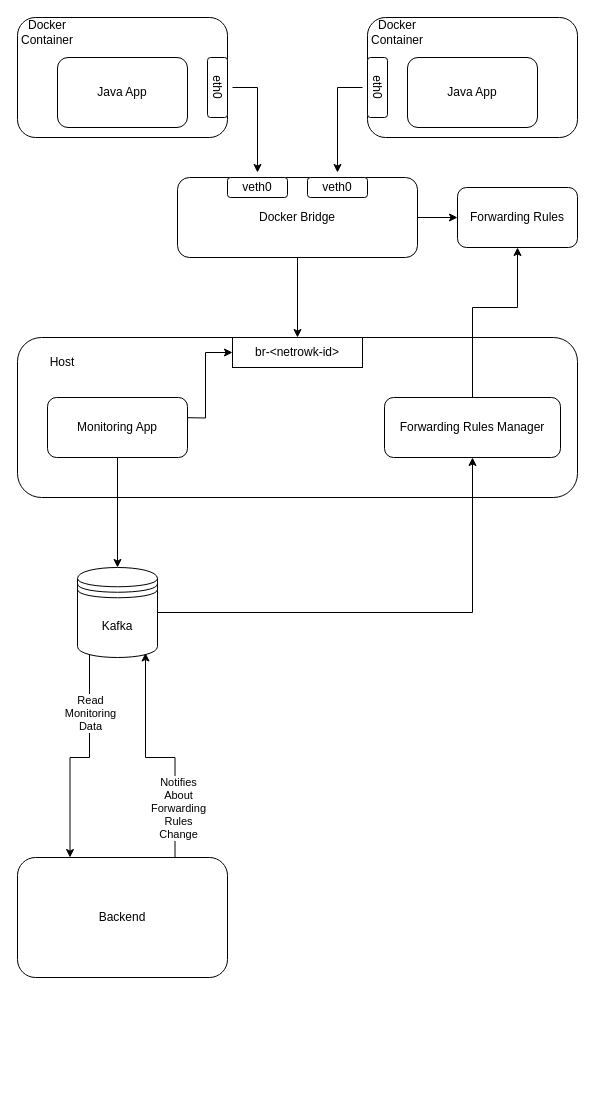
The draw.io diagram analysis/Untitled Diagram.drawio in vladtf/containerization-tool, before the edit. Source tidied: cells renumbered, new cells numbered last; positions are measured from the earlier drawing's top-left corner, leaving out a move shared by most shapes. Both pictures are drawn from the tidied source at 100%, with x=0, y=0 at pixel (17, 17).
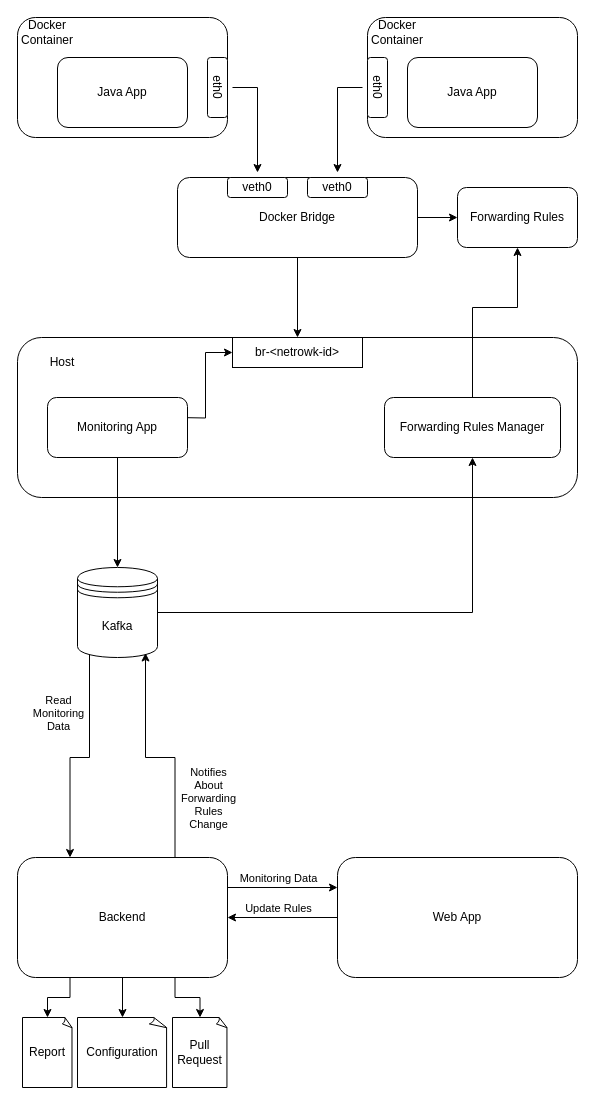
The same diagram, later.

Commit message:
finish design

Unchanged cells that the change refers to:
```xml
<mxCell id="29" style="edgeStyle=orthogonalEdgeStyle;rounded=0;jettySize=auto;html=1;exitX=0.15;exitY=0.95;exitDx=0;exitDy=0;exitPerimeter=0;entryX=0.25;entryY=0;entryDx=0;entryDy=0;" parent="1" edge="1" source="31" target="36">
  <mxGeometry relative="1" as="geometry" />
</mxCell>
<mxCell id="34" style="edgeStyle=orthogonalEdgeStyle;rounded=0;jettySize=auto;html=1;exitX=0.75;exitY=0;exitDx=0;exitDy=0;entryX=0.85;entryY=0.95;entryDx=0;entryDy=0;entryPerimeter=0;" parent="1" edge="1" source="36" target="31">
  <mxGeometry relative="1" as="geometry" />
</mxCell>
<mxCell id="36" value="Backend" style="rounded=1;whiteSpace=wrap;html=1;" parent="1" vertex="1">
  <mxGeometry y="840" width="210" height="120" as="geometry" />
</mxCell>
```

Diff of the diagram source:
```diff
@@
     <mxCell id="30" value="Read&lt;br&gt;Monitoring&lt;br&gt;Data" style="edgeLabel;html=1;align=center;verticalAlign=middle;" parent="29" vertex="1">
       <mxGeometry x="-0.57" relative="1" as="geometry">
-        <mxPoint y="12" as="offset" />
+        <mxPoint x="-32" y="12" as="offset" />
       </mxGeometry>
     </mxCell>
@@
     <mxCell id="35" value="Notifies&lt;br&gt;About&lt;br&gt;Forwarding&lt;br&gt;Rules&lt;br&gt;Change" style="edgeLabel;html=1;align=center;verticalAlign=middle;" parent="34" vertex="1">
       <mxGeometry x="0.59" y="1" relative="1" as="geometry">
-        <mxPoint x="33" y="107" as="offset" />
+        <mxPoint x="63" y="97" as="offset" />
       </mxGeometry>
     </mxCell>
+    <mxCell id="37" style="edgeStyle=orthogonalEdgeStyle;rounded=0;jettySize=auto;html=1;exitX=1;exitY=0.25;exitDx=0;exitDy=0;entryX=0;entryY=0.25;entryDx=0;entryDy=0;" parent="1" edge="1" source="36" target="44">
+      <mxGeometry relative="1" as="geometry" />
+    </mxCell>
+    <mxCell id="38" value="Monitoring Data" style="edgeLabel;html=1;align=center;verticalAlign=middle;" parent="37" vertex="1">
+      <mxGeometry x="-0.22" y="-1" relative="1" as="geometry">
+        <mxPoint x="7" y="-11" as="offset" />
+      </mxGeometry>
+    </mxCell>
+    <mxCell id="39" style="edgeStyle=orthogonalEdgeStyle;rounded=0;jettySize=auto;html=1;exitX=0.25;exitY=1;exitDx=0;exitDy=0;entryX=0.5;entryY=0;entryDx=0;entryDy=0;entryPerimeter=0;" parent="1" edge="1" source="36" target="45">
+      <mxGeometry relative="1" as="geometry" />
+    </mxCell>
+    <mxCell id="40" style="edgeStyle=orthogonalEdgeStyle;rounded=0;jettySize=auto;html=1;exitX=0.5;exitY=1;exitDx=0;exitDy=0;entryX=0.5;entryY=0;entryDx=0;entryDy=0;entryPerimeter=0;" parent="1" edge="1" source="36" target="46">
+      <mxGeometry relative="1" as="geometry" />
+    </mxCell>
+    <mxCell id="41" style="edgeStyle=orthogonalEdgeStyle;rounded=0;jettySize=auto;html=1;exitX=0.75;exitY=1;exitDx=0;exitDy=0;entryX=0.5;entryY=0;entryDx=0;entryDy=0;entryPerimeter=0;" parent="1" edge="1" source="36" target="47">
+      <mxGeometry relative="1" as="geometry" />
+    </mxCell>
@@
+    <mxCell id="42" style="edgeStyle=orthogonalEdgeStyle;rounded=0;jettySize=auto;html=1;" parent="1" edge="1" source="44" target="36">
+      <mxGeometry relative="1" as="geometry" />
+    </mxCell>
+    <mxCell id="43" value="Update Rules" style="edgeLabel;html=1;align=center;verticalAlign=middle;" parent="42" vertex="1">
+      <mxGeometry x="0.27" relative="1" as="geometry">
+        <mxPoint x="10" y="-10" as="offset" />
+      </mxGeometry>
+    </mxCell>
+    <mxCell id="44" value="Web App" style="rounded=1;whiteSpace=wrap;html=1;" parent="1" vertex="1">
+      <mxGeometry x="320" y="840" width="240" height="120" as="geometry" />
+    </mxCell>
+    <mxCell id="45" value="Report" style="whiteSpace=wrap;html=1;shape=mxgraph.basic.document;" parent="1" vertex="1">
+      <mxGeometry x="5" y="1000" width="50" height="70" as="geometry" />
+    </mxCell>
+    <mxCell id="46" value="Configuration" style="whiteSpace=wrap;html=1;shape=mxgraph.basic.document;" parent="1" vertex="1">
+      <mxGeometry x="60" y="1000" width="90" height="70" as="geometry" />
+    </mxCell>
+    <mxCell id="47" value="Pull&lt;br&gt;Request" style="whiteSpace=wrap;html=1;shape=mxgraph.basic.document;" parent="1" vertex="1">
+      <mxGeometry x="155" y="1000" width="55" height="70" as="geometry" />
+    </mxCell>
```
